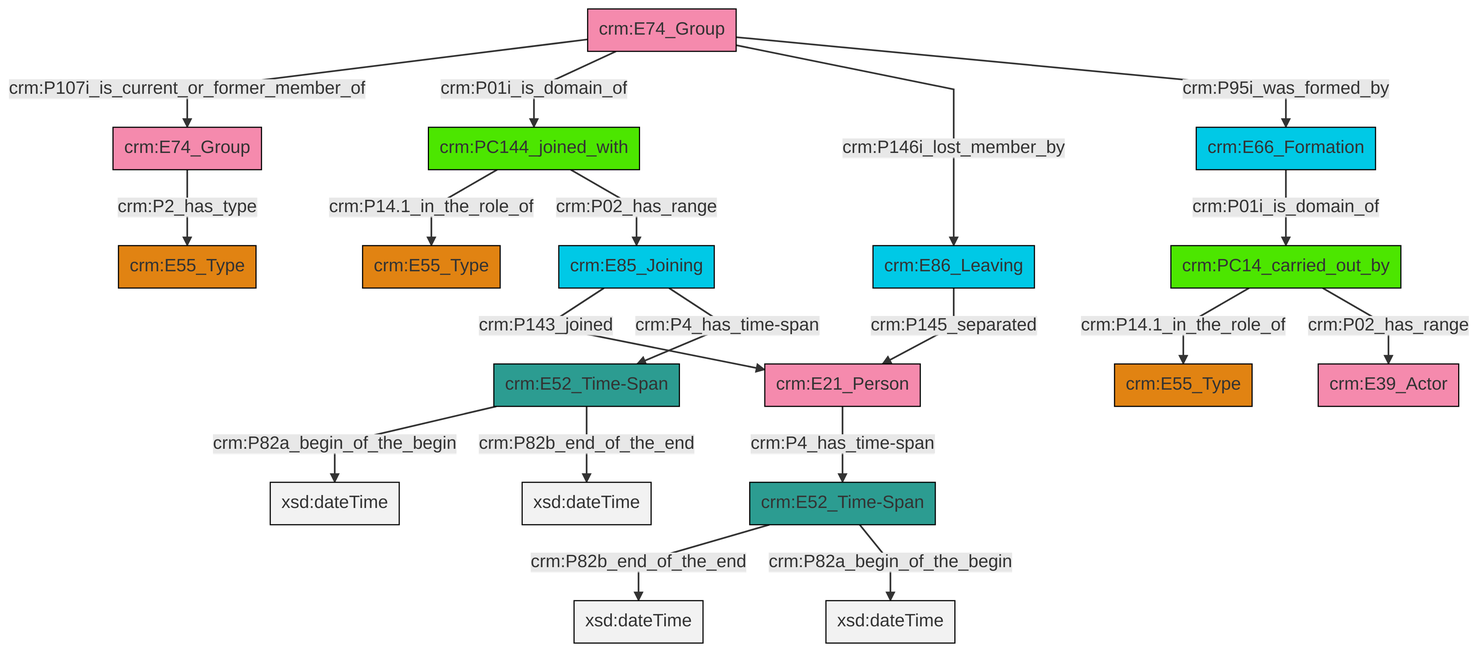
Before: et/groupCSV/ttl/mmd/png/group_actor_relations.png, a diagram exported from Mermaid (swiss-art-research-net/docs.swissartresearch). Its source is kept beside it as et/groupCSV/ttl/mmd/group_actor_relations.ttl.mmd.
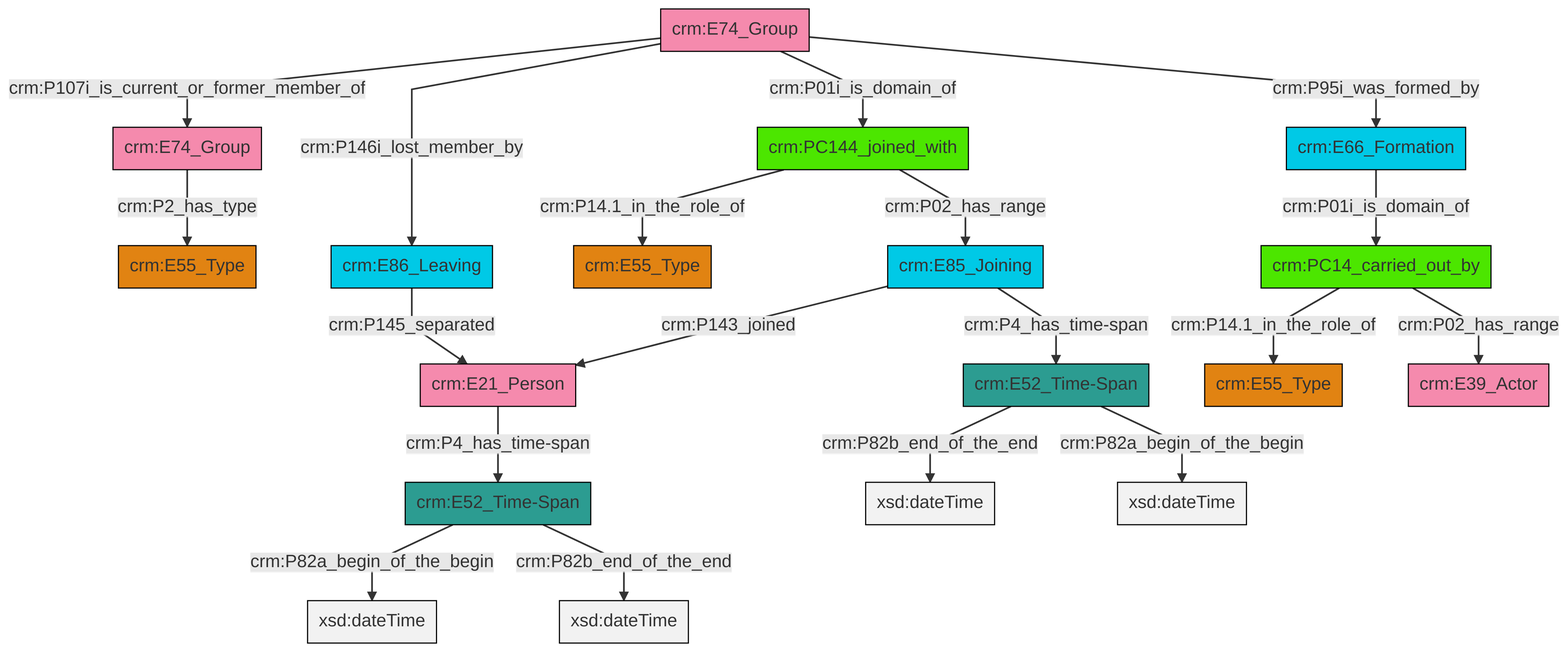
Above is the later version.

Change to the diagram source:
```diff
@@ -13,21 +13,21 @@
 classDef PC_Classes fill:#4ce600, stroke:#000000;
 classDef Multi fill:#cccccc,stroke:#000000;
 
-6["crm:E74_Group"]:::Actor -->|crm:P107i_is_current_or_former_member_of| 7["crm:E74_Group"]:::Actor
-6["crm:E74_Group"]:::Actor -->|crm:P01i_is_domain_of| 8["crm:PC144_joined_with"]:::PC_Classes
-6["crm:E74_Group"]:::Actor -->|crm:P146i_lost_member_by| 14["crm:E86_Leaving"]:::Temporal_Entity
-19["crm:E85_Joining"]:::Temporal_Entity -->|crm:P143_joined| 20["crm:E21_Person"]:::Actor
-17["crm:E52_Time-Span"]:::Time-Span -->|crm:P82b_end_of_the_end| 21[xsd:dateTime]:::Literal
-6["crm:E74_Group"]:::Actor -->|crm:P95i_was_formed_by| 15["crm:E66_Formation"]:::Temporal_Entity
-4["crm:E52_Time-Span"]:::Time-Span -->|crm:P82a_begin_of_the_begin| 24[xsd:dateTime]:::Literal
-14["crm:E86_Leaving"]:::Temporal_Entity -->|crm:P145_separated| 20["crm:E21_Person"]:::Actor
-8["crm:PC144_joined_with"]:::PC_Classes -->|crm:P14.1_in_the_role_of| 22["crm:E55_Type"]:::Type
-20["crm:E21_Person"]:::Actor -->|crm:P4_has_time-span| 17["crm:E52_Time-Span"]:::Time-Span
-19["crm:E85_Joining"]:::Temporal_Entity -->|crm:P4_has_time-span| 4["crm:E52_Time-Span"]:::Time-Span
-4["crm:E52_Time-Span"]:::Time-Span -->|crm:P82b_end_of_the_end| 26[xsd:dateTime]:::Literal
-17["crm:E52_Time-Span"]:::Time-Span -->|crm:P82a_begin_of_the_begin| 28[xsd:dateTime]:::Literal
-0["crm:PC14_carried_out_by"]:::PC_Classes -->|crm:P14.1_in_the_role_of| 9["crm:E55_Type"]:::Type
-7["crm:E74_Group"]:::Actor -->|crm:P2_has_type| 12["crm:E55_Type"]:::Type
-0["crm:PC14_carried_out_by"]:::PC_Classes -->|crm:P02_has_range| 2["crm:E39_Actor"]:::Actor
-15["crm:E66_Formation"]:::Temporal_Entity -->|crm:P01i_is_domain_of| 0["crm:PC14_carried_out_by"]:::PC_Classes
-8["crm:PC144_joined_with"]:::PC_Classes -->|crm:P02_has_range| 19["crm:E85_Joining"]:::Temporal_Entity
+6["crm:E74_Group"]:::Actor -->|crm:P95i_was_formed_by| 7["crm:E66_Formation"]:::Temporal_Entity
+10["crm:E21_Person"]:::Actor -->|crm:P4_has_time-span| 0["crm:E52_Time-Span"]:::Time-Span
+12["crm:PC144_joined_with"]:::PC_Classes -->|crm:P14.1_in_the_role_of| 14["crm:E55_Type"]:::Type
+4["crm:E74_Group"]:::Actor -->|crm:P2_has_type| 2["crm:E55_Type"]:::Type
+0["crm:E52_Time-Span"]:::Time-Span -->|crm:P82a_begin_of_the_begin| 20[xsd:dateTime]:::Literal
+6["crm:E74_Group"]:::Actor -->|crm:P01i_is_domain_of| 12["crm:PC144_joined_with"]:::PC_Classes
+12["crm:PC144_joined_with"]:::PC_Classes -->|crm:P02_has_range| 21["crm:E85_Joining"]:::Temporal_Entity
+21["crm:E85_Joining"]:::Temporal_Entity -->|crm:P143_joined| 10["crm:E21_Person"]:::Actor
+7["crm:E66_Formation"]:::Temporal_Entity -->|crm:P01i_is_domain_of| 8["crm:PC14_carried_out_by"]:::PC_Classes
+18["crm:E86_Leaving"]:::Temporal_Entity -->|crm:P145_separated| 10["crm:E21_Person"]:::Actor
+0["crm:E52_Time-Span"]:::Time-Span -->|crm:P82b_end_of_the_end| 22[xsd:dateTime]:::Literal
+6["crm:E74_Group"]:::Actor -->|crm:P107i_is_current_or_former_member_of| 4["crm:E74_Group"]:::Actor
+15["crm:E52_Time-Span"]:::Time-Span -->|crm:P82b_end_of_the_end| 24[xsd:dateTime]:::Literal
+8["crm:PC14_carried_out_by"]:::PC_Classes -->|crm:P14.1_in_the_role_of| 25["crm:E55_Type"]:::Type
+6["crm:E74_Group"]:::Actor -->|crm:P146i_lost_member_by| 18["crm:E86_Leaving"]:::Temporal_Entity
+15["crm:E52_Time-Span"]:::Time-Span -->|crm:P82a_begin_of_the_begin| 33[xsd:dateTime]:::Literal
+8["crm:PC14_carried_out_by"]:::PC_Classes -->|crm:P02_has_range| 27["crm:E39_Actor"]:::Actor
+21["crm:E85_Joining"]:::Temporal_Entity -->|crm:P4_has_time-span| 15["crm:E52_Time-Span"]:::Time-Span
```
